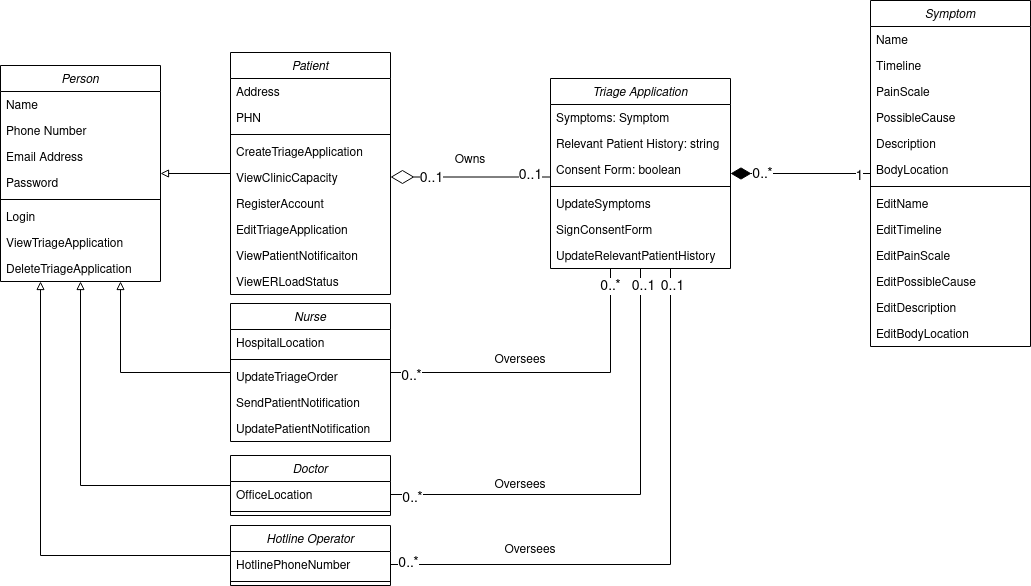
SENG-350-2024-fall/Team5 keeps this draw.io diagram as Milestone2/Diagrams/pngs/classdiagram.drawio.png. Above is the earlier version. Source tidied: cells renumbered, new cells last; positions are measured from the earlier drawing's top-left corner, leaving out a move shared by most shapes.
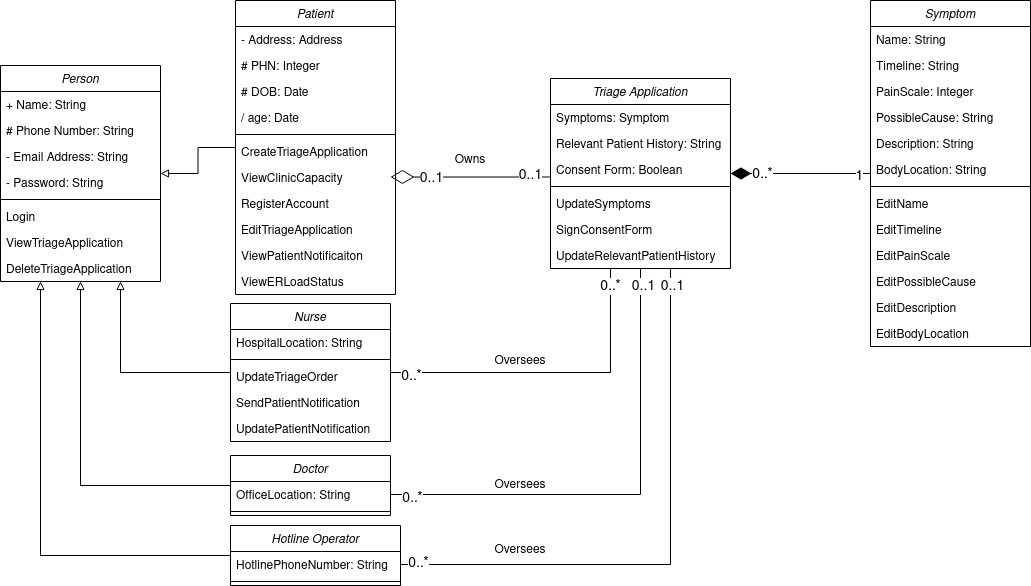
The same file after the commit.

Change to the diagram source:
```diff
@@ -17,48 +17,54 @@
       </mxGeometry>
     </mxCell>
     <mxCell id="5" value="Patient" style="swimlane;fontStyle=2;align=center;verticalAlign=top;horizontal=1;startSize=26;rounded=0;shadow=0;strokeWidth=1;" parent="1" vertex="1">
-      <mxGeometry x="230" y="52" width="160" height="242" as="geometry" />
+      <mxGeometry x="235" width="160" height="294" as="geometry" />
     </mxCell>
-    <mxCell id="6" value="Address" style="text;align=left;verticalAlign=top;spacingLeft=4;spacingRight=4;overflow=hidden;" parent="5" vertex="1">
+    <mxCell id="6" value="- Address: Address" style="text;align=left;verticalAlign=top;spacingLeft=4;spacingRight=4;overflow=hidden;" parent="5" vertex="1">
       <mxGeometry y="26" width="160" height="26" as="geometry" />
     </mxCell>
-    <mxCell id="7" value="PHN" style="text;align=left;verticalAlign=top;spacingLeft=4;spacingRight=4;overflow=hidden;" parent="5" vertex="1">
+    <mxCell id="7" value="# PHN: Integer" style="text;align=left;verticalAlign=top;spacingLeft=4;spacingRight=4;overflow=hidden;" parent="5" vertex="1">
       <mxGeometry y="52" width="160" height="26" as="geometry" />
     </mxCell>
+    <mxCell id="77" value="# DOB: Date" style="text;align=left;verticalAlign=top;spacingLeft=4;spacingRight=4;overflow=hidden;" parent="5" vertex="1">
+      <mxGeometry y="78" width="160" height="26" as="geometry" />
+    </mxCell>
+    <mxCell id="78" value="/ age: Date" style="text;align=left;verticalAlign=top;spacingLeft=4;spacingRight=4;overflow=hidden;" parent="5" vertex="1">
+      <mxGeometry y="104" width="160" height="26" as="geometry" />
+    </mxCell>
     <mxCell id="8" style="line;html=1;strokeWidth=1;align=left;verticalAlign=middle;spacingTop=-1;spacingLeft=3;spacingRight=3;labelPosition=right;" parent="5" vertex="1">
-      <mxGeometry y="78" width="160" height="8" as="geometry" />
+      <mxGeometry y="130" width="160" height="8" as="geometry" />
     </mxCell>
     <mxCell id="9" value="CreateTriageApplication" style="text;align=left;verticalAlign=top;spacingLeft=4;spacingRight=4;overflow=hidden;" parent="5" vertex="1">
-      <mxGeometry y="86" width="160" height="26" as="geometry" />
+      <mxGeometry y="138" width="160" height="26" as="geometry" />
     </mxCell>
     <mxCell id="10" value="ViewClinicCapacity" style="text;align=left;verticalAlign=top;spacingLeft=4;spacingRight=4;overflow=hidden;" parent="5" vertex="1">
-      <mxGeometry y="112" width="160" height="26" as="geometry" />
+      <mxGeometry y="164" width="160" height="26" as="geometry" />
     </mxCell>
     <mxCell id="11" value="RegisterAccount" style="text;align=left;verticalAlign=top;spacingLeft=4;spacingRight=4;overflow=hidden;" parent="5" vertex="1">
-      <mxGeometry y="138" width="160" height="26" as="geometry" />
+      <mxGeometry y="190" width="160" height="26" as="geometry" />
     </mxCell>
     <mxCell id="12" value="EditTriageApplication" style="text;align=left;verticalAlign=top;spacingLeft=4;spacingRight=4;overflow=hidden;" parent="5" vertex="1">
-      <mxGeometry y="164" width="160" height="26" as="geometry" />
+      <mxGeometry y="216" width="160" height="26" as="geometry" />
     </mxCell>
     <mxCell id="13" value="ViewPatientNotificaiton" style="text;align=left;verticalAlign=top;spacingLeft=4;spacingRight=4;overflow=hidden;" parent="5" vertex="1">
-      <mxGeometry y="190" width="160" height="26" as="geometry" />
+      <mxGeometry y="242" width="160" height="26" as="geometry" />
     </mxCell>
     <mxCell id="14" value="ViewERLoadStatus" style="text;align=left;verticalAlign=top;spacingLeft=4;spacingRight=4;overflow=hidden;" parent="5" vertex="1">
-      <mxGeometry y="216" width="160" height="26" as="geometry" />
+      <mxGeometry y="268" width="160" height="26" as="geometry" />
     </mxCell>
     <mxCell id="15" value="Person" style="swimlane;fontStyle=2;align=center;verticalAlign=top;horizontal=1;startSize=26;rounded=0;shadow=0;strokeWidth=1;" parent="1" vertex="1">
       <mxGeometry y="65" width="160" height="216" as="geometry" />
     </mxCell>
-    <mxCell id="16" value="Name" style="text;align=left;verticalAlign=top;spacingLeft=4;spacingRight=4;overflow=hidden;" parent="15" vertex="1">
+    <mxCell id="16" value="+ Name: String" style="text;align=left;verticalAlign=top;spacingLeft=4;spacingRight=4;overflow=hidden;" parent="15" vertex="1">
       <mxGeometry y="26" width="160" height="26" as="geometry" />
     </mxCell>
-    <mxCell id="17" value="Phone Number" style="text;align=left;verticalAlign=top;spacingLeft=4;spacingRight=4;overflow=hidden;rounded=0;shadow=0;html=0;" parent="15" vertex="1">
+    <mxCell id="17" value="# Phone Number: String" style="text;align=left;verticalAlign=top;spacingLeft=4;spacingRight=4;overflow=hidden;rounded=0;shadow=0;html=0;" parent="15" vertex="1">
       <mxGeometry y="52" width="160" height="26" as="geometry" />
     </mxCell>
-    <mxCell id="18" value="Email Address" style="text;align=left;verticalAlign=top;spacingLeft=4;spacingRight=4;overflow=hidden;rounded=0;shadow=0;html=0;" parent="15" vertex="1">
+    <mxCell id="18" value="- Email Address: String" style="text;align=left;verticalAlign=top;spacingLeft=4;spacingRight=4;overflow=hidden;rounded=0;shadow=0;html=0;" parent="15" vertex="1">
       <mxGeometry y="78" width="160" height="26" as="geometry" />
     </mxCell>
-    <mxCell id="19" value="Password" style="text;align=left;verticalAlign=top;spacingLeft=4;spacingRight=4;overflow=hidden;rounded=0;shadow=0;html=0;" parent="15" vertex="1">
+    <mxCell id="19" value="- Password: String" style="text;align=left;verticalAlign=top;spacingLeft=4;spacingRight=4;overflow=hidden;rounded=0;shadow=0;html=0;" parent="15" vertex="1">
       <mxGeometry y="104" width="160" height="26" as="geometry" />
     </mxCell>
     <mxCell id="20" style="line;html=1;strokeWidth=1;align=left;verticalAlign=middle;spacingTop=-1;spacingLeft=3;spacingRight=3;labelPosition=right;" parent="15" vertex="1">
@@ -92,7 +98,7 @@
     <mxCell id="28" value="Nurse" style="swimlane;fontStyle=2;align=center;verticalAlign=top;horizontal=1;startSize=26;rounded=0;shadow=0;strokeWidth=1;" parent="1" vertex="1">
       <mxGeometry x="230" y="303" width="160" height="138" as="geometry" />
     </mxCell>
-    <mxCell id="29" value="HospitalLocation" style="text;align=left;verticalAlign=top;spacingLeft=4;spacingRight=4;overflow=hidden;rounded=0;shadow=0;html=0;" parent="28" vertex="1">
+    <mxCell id="29" value="HospitalLocation: String" style="text;align=left;verticalAlign=top;spacingLeft=4;spacingRight=4;overflow=hidden;rounded=0;shadow=0;html=0;" parent="28" vertex="1">
       <mxGeometry y="26" width="160" height="26" as="geometry" />
     </mxCell>
     <mxCell id="30" style="line;html=1;strokeWidth=1;align=left;verticalAlign=middle;spacingTop=-1;spacingLeft=3;spacingRight=3;labelPosition=right;" parent="28" vertex="1">
@@ -113,7 +119,7 @@
     <mxCell id="35" value="Doctor" style="swimlane;fontStyle=2;align=center;verticalAlign=top;horizontal=1;startSize=26;rounded=0;shadow=0;strokeWidth=1;" parent="1" vertex="1">
       <mxGeometry x="230" y="455" width="160" height="60" as="geometry" />
     </mxCell>
-    <mxCell id="36" value="OfficeLocation" style="text;align=left;verticalAlign=top;spacingLeft=4;spacingRight=4;overflow=hidden;points=[[0,0.5],[1,0.5]];portConstraint=eastwest;rounded=0;shadow=0;html=0;" parent="35" vertex="1">
+    <mxCell id="36" value="OfficeLocation: String" style="text;align=left;verticalAlign=top;spacingLeft=4;spacingRight=4;overflow=hidden;points=[[0,0.5],[1,0.5]];portConstraint=eastwest;rounded=0;shadow=0;html=0;" parent="35" vertex="1">
       <mxGeometry y="26" width="160" height="26" as="geometry" />
     </mxCell>
     <mxCell id="37" style="line;html=1;strokeWidth=1;align=left;verticalAlign=middle;spacingTop=-1;spacingLeft=3;spacingRight=3;labelPosition=right;" parent="35" vertex="1">
@@ -123,13 +129,13 @@
       <mxGeometry relative="1" as="geometry" />
     </mxCell>
     <mxCell id="39" value="Hotline Operator" style="swimlane;fontStyle=2;align=center;verticalAlign=top;horizontal=1;startSize=26;rounded=0;shadow=0;strokeWidth=1;" parent="1" vertex="1">
-      <mxGeometry x="230" y="525" width="160" height="60" as="geometry" />
+      <mxGeometry x="230" y="525" width="170" height="60" as="geometry" />
     </mxCell>
-    <mxCell id="40" value="HotlinePhoneNumber" style="text;align=left;verticalAlign=top;spacingLeft=4;spacingRight=4;overflow=hidden;points=[[0,0.5],[1,0.5]];portConstraint=eastwest;rounded=0;shadow=0;html=0;" parent="39" vertex="1">
-      <mxGeometry y="26" width="160" height="26" as="geometry" />
+    <mxCell id="40" value="HotlinePhoneNumber: String" style="text;align=left;verticalAlign=top;spacingLeft=4;spacingRight=4;overflow=hidden;points=[[0,0.5],[1,0.5]];portConstraint=eastwest;rounded=0;shadow=0;html=0;" parent="39" vertex="1">
+      <mxGeometry y="26" width="170" height="26" as="geometry" />
     </mxCell>
     <mxCell id="41" style="line;html=1;strokeWidth=1;align=left;verticalAlign=middle;spacingTop=-1;spacingLeft=3;spacingRight=3;labelPosition=right;" parent="39" vertex="1">
-      <mxGeometry y="52" width="160" height="8" as="geometry" />
+      <mxGeometry y="52" width="170" height="8" as="geometry" />
     </mxCell>
     <mxCell id="42" value="Triage Application" style="swimlane;fontStyle=2;align=center;verticalAlign=top;horizontal=1;startSize=26;rounded=0;shadow=0;strokeWidth=1;" parent="1" vertex="1">
       <mxGeometry x="550" y="78" width="180" height="190" as="geometry" />
@@ -137,10 +143,10 @@
     <mxCell id="43" value="Symptoms: Symptom" style="text;align=left;verticalAlign=top;spacingLeft=4;spacingRight=4;overflow=hidden;rounded=0;shadow=0;html=0;" parent="42" vertex="1">
       <mxGeometry y="26" width="180" height="26" as="geometry" />
     </mxCell>
-    <mxCell id="44" value="Relevant Patient History: string" style="text;align=left;verticalAlign=top;spacingLeft=4;spacingRight=4;overflow=hidden;rounded=0;shadow=0;html=0;" parent="42" vertex="1">
+    <mxCell id="44" value="Relevant Patient History: String" style="text;align=left;verticalAlign=top;spacingLeft=4;spacingRight=4;overflow=hidden;rounded=0;shadow=0;html=0;" parent="42" vertex="1">
       <mxGeometry y="52" width="180" height="26" as="geometry" />
     </mxCell>
-    <mxCell id="45" value="Consent Form: boolean" style="text;align=left;verticalAlign=top;spacingLeft=4;spacingRight=4;overflow=hidden;rounded=0;shadow=0;html=0;" parent="42" vertex="1">
+    <mxCell id="45" value="Consent Form: Boolean" style="text;align=left;verticalAlign=top;spacingLeft=4;spacingRight=4;overflow=hidden;rounded=0;shadow=0;html=0;" parent="42" vertex="1">
       <mxGeometry y="78" width="180" height="26" as="geometry" />
     </mxCell>
     <mxCell id="46" style="line;html=1;strokeWidth=1;align=left;verticalAlign=middle;spacingTop=-1;spacingLeft=3;spacingRight=3;labelPosition=right;" parent="42" vertex="1">
@@ -169,22 +175,22 @@
     <mxCell id="53" value="Symptom" style="swimlane;fontStyle=2;align=center;verticalAlign=top;horizontal=1;startSize=26;rounded=0;shadow=0;strokeWidth=1;" parent="1" vertex="1">
       <mxGeometry x="870" width="160" height="346" as="geometry" />
     </mxCell>
-    <mxCell id="54" value="Name" style="text;align=left;verticalAlign=top;spacingLeft=4;spacingRight=4;overflow=hidden;rounded=0;shadow=0;html=0;" parent="53" vertex="1">
+    <mxCell id="54" value="Name: String" style="text;align=left;verticalAlign=top;spacingLeft=4;spacingRight=4;overflow=hidden;rounded=0;shadow=0;html=0;" parent="53" vertex="1">
       <mxGeometry y="26" width="160" height="26" as="geometry" />
     </mxCell>
-    <mxCell id="55" value="Timeline" style="text;align=left;verticalAlign=top;spacingLeft=4;spacingRight=4;overflow=hidden;rounded=0;shadow=0;html=0;" parent="53" vertex="1">
+    <mxCell id="55" value="Timeline: String" style="text;align=left;verticalAlign=top;spacingLeft=4;spacingRight=4;overflow=hidden;rounded=0;shadow=0;html=0;" parent="53" vertex="1">
       <mxGeometry y="52" width="160" height="26" as="geometry" />
     </mxCell>
-    <mxCell id="56" value="PainScale" style="text;align=left;verticalAlign=top;spacingLeft=4;spacingRight=4;overflow=hidden;rounded=0;shadow=0;html=0;" parent="53" vertex="1">
+    <mxCell id="56" value="PainScale: Integer" style="text;align=left;verticalAlign=top;spacingLeft=4;spacingRight=4;overflow=hidden;rounded=0;shadow=0;html=0;" parent="53" vertex="1">
       <mxGeometry y="78" width="160" height="26" as="geometry" />
     </mxCell>
-    <mxCell id="57" value="PossibleCause" style="text;align=left;verticalAlign=top;spacingLeft=4;spacingRight=4;overflow=hidden;rounded=0;shadow=0;html=0;" parent="53" vertex="1">
+    <mxCell id="57" value="PossibleCause: String" style="text;align=left;verticalAlign=top;spacingLeft=4;spacingRight=4;overflow=hidden;rounded=0;shadow=0;html=0;" parent="53" vertex="1">
       <mxGeometry y="104" width="160" height="26" as="geometry" />
     </mxCell>
-    <mxCell id="58" value="Description" style="text;align=left;verticalAlign=top;spacingLeft=4;spacingRight=4;overflow=hidden;rounded=0;shadow=0;html=0;" parent="53" vertex="1">
+    <mxCell id="58" value="Description: String" style="text;align=left;verticalAlign=top;spacingLeft=4;spacingRight=4;overflow=hidden;rounded=0;shadow=0;html=0;" parent="53" vertex="1">
       <mxGeometry y="130" width="160" height="26" as="geometry" />
     </mxCell>
-    <mxCell id="59" value="BodyLocation" style="text;align=left;verticalAlign=top;spacingLeft=4;spacingRight=4;overflow=hidden;rounded=0;shadow=0;html=0;" parent="53" vertex="1">
+    <mxCell id="59" value="BodyLocation: String" style="text;align=left;verticalAlign=top;spacingLeft=4;spacingRight=4;overflow=hidden;rounded=0;shadow=0;html=0;" parent="53" vertex="1">
       <mxGeometry y="156" width="160" height="26" as="geometry" />
     </mxCell>
     <mxCell id="60" style="line;html=1;strokeWidth=1;align=left;verticalAlign=middle;spacingTop=-1;spacingLeft=3;spacingRight=3;labelPosition=right;" parent="53" vertex="1">
@@ -238,13 +244,13 @@
       <mxGeometry x="440" y="145" width="60" height="30" as="geometry" />
     </mxCell>
     <mxCell id="74" value="Oversees" style="text;html=1;align=center;verticalAlign=middle;whiteSpace=wrap;rounded=0;" parent="1" vertex="1">
-      <mxGeometry x="490" y="345" width="60" height="30" as="geometry" />
+      <mxGeometry x="490" y="346" width="60" height="30" as="geometry" />
     </mxCell>
     <mxCell id="75" value="Oversees" style="text;html=1;align=center;verticalAlign=middle;whiteSpace=wrap;rounded=0;" parent="1" vertex="1">
       <mxGeometry x="490" y="470" width="60" height="30" as="geometry" />
     </mxCell>
     <mxCell id="76" value="Oversees" style="text;html=1;align=center;verticalAlign=middle;whiteSpace=wrap;rounded=0;" parent="1" vertex="1">
-      <mxGeometry x="500" y="535" width="60" height="30" as="geometry" />
+      <mxGeometry x="490" y="535" width="60" height="30" as="geometry" />
     </mxCell>
   </root>
 </mxGraphModel>
```
